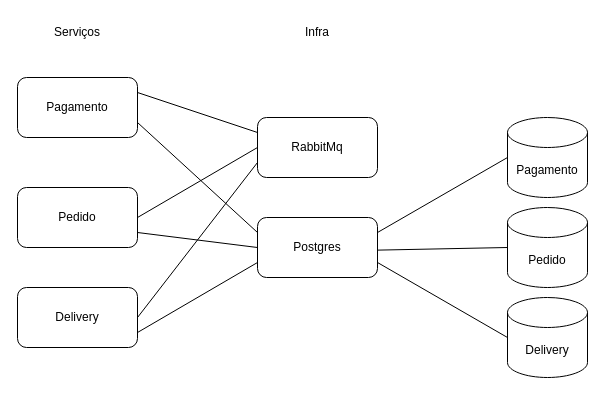
gameplaybiel/sistema_delivery keeps this draw.io diagram as sistema_delivery/DiagramaArquitetura.drawio. Above is the earlier version. Source tidied: cells renumbered, new cells numbered last; positions are measured from the earlier drawing's top-left corner, leaving out a move shared by most shapes. Both pictures are drawn from the tidied source at 100%, with x=0, y=0 at pixel (17, 17).
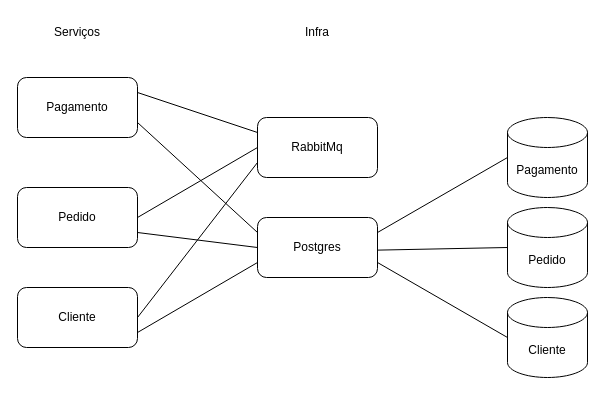
After the change.

Commit message (it also covers changes not shown here):
Sistema de Delivery

The edit, as a diff of the source:
```diff
@@
-    <mxCell id="5" value="Delivery" style="rounded=1;whiteSpace=wrap;html=1;" parent="1" vertex="1">
+    <mxCell id="5" value="Cliente" style="rounded=1;whiteSpace=wrap;html=1;" parent="1" vertex="1">
       <mxGeometry y="270" width="120" height="60" as="geometry" />
     </mxCell>
@@
-    <mxCell id="11" value="Delivery" style="shape=cylinder3;whiteSpace=wrap;html=1;boundedLbl=1;backgroundOutline=1;size=15;" parent="1" vertex="1">
+    <mxCell id="11" value="Cliente" style="shape=cylinder3;whiteSpace=wrap;html=1;boundedLbl=1;backgroundOutline=1;size=15;" parent="1" vertex="1">
       <mxGeometry x="490" y="280" width="80" height="80" as="geometry" />
     </mxCell>
```
